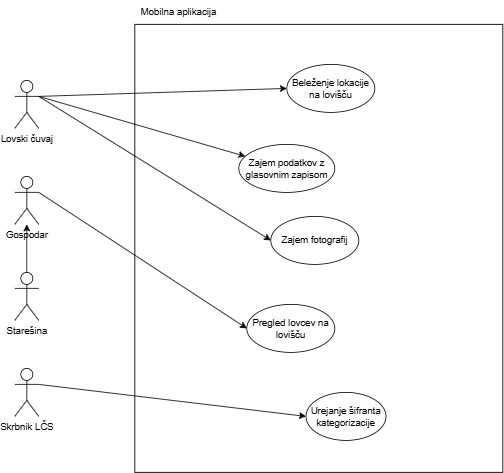
This is Lovski čuvaj-Mobilna aplikacija.drawio.png from ErnestISv/Lovstvo, a draw.io export, as it was before one commit. Source tidied: cells renumbered, new cells last; positions are measured from the earlier drawing's top-left corner, leaving out a move shared by most shapes. Its diagram source:
```xml
<mxGraphModel>
  <root>
    <mxCell id="0" />
    <mxCell id="1" parent="0" />
    <mxCell id="2" style="rounded=0;whiteSpace=wrap;html=1;" parent="1" vertex="1">
      <mxGeometry x="150" y="30" width="460" height="560" as="geometry" />
    </mxCell>
    <mxCell id="3" value="Lovski čuvaj" style="shape=umlActor;verticalLabelPosition=bottom;verticalAlign=top;html=1;outlineConnect=0;" parent="1" vertex="1">
      <mxGeometry y="100" width="30" height="60" as="geometry" />
    </mxCell>
    <mxCell id="4" value="Starešina" style="shape=umlActor;verticalLabelPosition=bottom;verticalAlign=top;html=1;outlineConnect=0;" parent="1" vertex="1">
      <mxGeometry y="340" width="30" height="60" as="geometry" />
    </mxCell>
    <mxCell id="5" value="Gospodar" style="shape=umlActor;verticalLabelPosition=bottom;verticalAlign=top;html=1;outlineConnect=0;" parent="1" vertex="1">
      <mxGeometry y="220" width="30" height="60" as="geometry" />
    </mxCell>
    <mxCell id="6" value="Skrbnik LČS" style="shape=umlActor;verticalLabelPosition=bottom;verticalAlign=top;html=1;outlineConnect=0;" parent="1" vertex="1">
      <mxGeometry y="460" width="30" height="60" as="geometry" />
    </mxCell>
    <mxCell id="7" value="Urejanje šifranta kategorizacije" style="ellipse;whiteSpace=wrap;html=1;" parent="1" vertex="1">
      <mxGeometry x="364" y="490" width="100" height="60" as="geometry" />
    </mxCell>
    <mxCell id="8" value="Zajem podatkov z glasovnim zapisom" style="ellipse;whiteSpace=wrap;html=1;" parent="1" vertex="1">
      <mxGeometry x="280" y="180" width="120" height="60" as="geometry" />
    </mxCell>
    <mxCell id="9" style="endArrow=classic;html=1;rounded=0;exitX=1;exitY=0.3333333333333333;exitDx=0;exitDy=0;exitPerimeter=0;" parent="1" edge="1" source="3" target="8">
      <mxGeometry relative="1" as="geometry" />
    </mxCell>
    <mxCell id="10" value="Zajem fotografij" style="ellipse;whiteSpace=wrap;html=1;" parent="1" vertex="1">
      <mxGeometry x="320" y="270" width="110" height="60" as="geometry" />
    </mxCell>
    <mxCell id="11" style="endArrow=classic;html=1;rounded=0;entryX=0;entryY=0.5;entryDx=0;entryDy=0;" parent="1" edge="1" target="10">
      <mxGeometry relative="1" as="geometry">
        <mxPoint x="30" y="120" as="sourcePoint" />
      </mxGeometry>
    </mxCell>
    <mxCell id="12" value="Mobilna aplikacija" style="text;html=1;align=center;verticalAlign=middle;whiteSpace=wrap;rounded=0;" parent="1" vertex="1">
      <mxGeometry x="150" width="110" height="30" as="geometry" />
    </mxCell>
    <mxCell id="13" style="endArrow=classic;html=1;rounded=0;exitX=1;exitY=0.3333333333333333;exitDx=0;exitDy=0;exitPerimeter=0;entryX=0;entryY=0.5;entryDx=0;entryDy=0;" parent="1" edge="1" source="6" target="7">
      <mxGeometry relative="1" as="geometry" />
    </mxCell>
    <mxCell id="14" value="Pregled lovcev na lovišču" style="ellipse;whiteSpace=wrap;html=1;" parent="1" vertex="1">
      <mxGeometry x="290" y="380" width="110" height="60" as="geometry" />
    </mxCell>
    <mxCell id="15" style="endArrow=classic;html=1;rounded=0;exitX=1;exitY=0.3333333333333333;exitDx=0;exitDy=0;exitPerimeter=0;entryX=0;entryY=0.5;entryDx=0;entryDy=0;" parent="1" edge="1" source="5" target="14">
      <mxGeometry relative="1" as="geometry" />
    </mxCell>
    <mxCell id="16" style="endArrow=classic;html=1;rounded=0;exitX=0.5;exitY=0;exitDx=0;exitDy=0;exitPerimeter=0;" parent="1" edge="1" source="4" target="5">
      <mxGeometry relative="1" as="geometry" />
    </mxCell>
    <mxCell id="17" value="Beleženje lokacije na lovišču" style="ellipse;whiteSpace=wrap;html=1;" parent="1" vertex="1">
      <mxGeometry x="340" y="80" width="110" height="60" as="geometry" />
    </mxCell>
    <mxCell id="18" style="endArrow=classic;html=1;rounded=0;entryX=0;entryY=0.5;entryDx=0;entryDy=0;" parent="1" edge="1" target="17">
      <mxGeometry relative="1" as="geometry">
        <mxPoint x="30" y="120" as="sourcePoint" />
      </mxGeometry>
    </mxCell>
  </root>
</mxGraphModel>
```
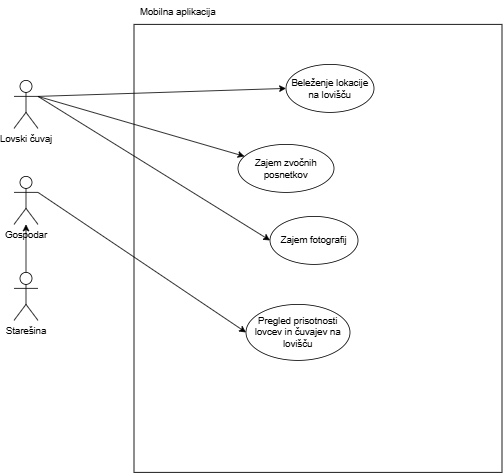
After the commit.

Diff of the diagram source:
```diff
@@ -2,9 +2,9 @@
   <root>
     <mxCell id="0" />
     <mxCell id="1" parent="0" />
-    <mxCell id="2" style="rounded=0;whiteSpace=wrap;html=1;" parent="1" vertex="1">
-      <mxGeometry x="150" y="30" width="460" height="560" as="geometry" />
-    </mxCell>
+    <mxCell id="19" style="rounded=0;whiteSpace=wrap;html=1;" parent="1" vertex="1">
+      <mxGeometry x="150" y="30" width="460" height="560" as="geometry" />
+    </mxCell>
     <mxCell id="3" value="Lovski čuvaj" style="shape=umlActor;verticalLabelPosition=bottom;verticalAlign=top;html=1;outlineConnect=0;" parent="1" vertex="1">
       <mxGeometry y="100" width="30" height="60" as="geometry" />
     </mxCell>
@@ -14,48 +14,39 @@
     <mxCell id="5" value="Gospodar" style="shape=umlActor;verticalLabelPosition=bottom;verticalAlign=top;html=1;outlineConnect=0;" parent="1" vertex="1">
       <mxGeometry y="220" width="30" height="60" as="geometry" />
     </mxCell>
-    <mxCell id="6" value="Skrbnik LČS" style="shape=umlActor;verticalLabelPosition=bottom;verticalAlign=top;html=1;outlineConnect=0;" parent="1" vertex="1">
-      <mxGeometry y="460" width="30" height="60" as="geometry" />
-    </mxCell>
-    <mxCell id="7" value="Urejanje šifranta kategorizacije" style="ellipse;whiteSpace=wrap;html=1;" parent="1" vertex="1">
-      <mxGeometry x="364" y="490" width="100" height="60" as="geometry" />
-    </mxCell>
-    <mxCell id="8" value="Zajem podatkov z glasovnim zapisom" style="ellipse;whiteSpace=wrap;html=1;" parent="1" vertex="1">
-      <mxGeometry x="280" y="180" width="120" height="60" as="geometry" />
-    </mxCell>
-    <mxCell id="9" style="endArrow=classic;html=1;rounded=0;exitX=1;exitY=0.3333333333333333;exitDx=0;exitDy=0;exitPerimeter=0;" parent="1" edge="1" source="3" target="8">
-      <mxGeometry relative="1" as="geometry" />
-    </mxCell>
+    <mxCell id="20" value="Zajem zvočnih posnetkov" style="ellipse;whiteSpace=wrap;html=1;" parent="1" vertex="1">
+      <mxGeometry x="280" y="180" width="120" height="60" as="geometry" />
+    </mxCell>
+    <mxCell id="21" style="endArrow=classic;html=1;rounded=0;exitX=1;exitY=0.3333333333333333;exitDx=0;exitDy=0;exitPerimeter=0;" parent="1" edge="1" source="3" target="20">
+      <mxGeometry relative="1" as="geometry" />
+    </mxCell>
     <mxCell id="10" value="Zajem fotografij" style="ellipse;whiteSpace=wrap;html=1;" parent="1" vertex="1">
       <mxGeometry x="320" y="270" width="110" height="60" as="geometry" />
     </mxCell>
-    <mxCell id="11" style="endArrow=classic;html=1;rounded=0;entryX=0;entryY=0.5;entryDx=0;entryDy=0;" parent="1" edge="1" target="10">
-      <mxGeometry relative="1" as="geometry">
-        <mxPoint x="30" y="120" as="sourcePoint" />
-      </mxGeometry>
-    </mxCell>
+    <mxCell id="22" style="endArrow=classic;html=1;rounded=0;entryX=0;entryY=0.5;entryDx=0;entryDy=0;" parent="1" edge="1" target="10">
+      <mxGeometry relative="1" as="geometry">
+        <mxPoint x="30" y="120" as="sourcePoint" />
+      </mxGeometry>
+    </mxCell>
     <mxCell id="12" value="Mobilna aplikacija" style="text;html=1;align=center;verticalAlign=middle;whiteSpace=wrap;rounded=0;" parent="1" vertex="1">
       <mxGeometry x="150" width="110" height="30" as="geometry" />
     </mxCell>
-    <mxCell id="13" style="endArrow=classic;html=1;rounded=0;exitX=1;exitY=0.3333333333333333;exitDx=0;exitDy=0;exitPerimeter=0;entryX=0;entryY=0.5;entryDx=0;entryDy=0;" parent="1" edge="1" source="6" target="7">
-      <mxGeometry relative="1" as="geometry" />
-    </mxCell>
-    <mxCell id="14" value="Pregled lovcev na lovišču" style="ellipse;whiteSpace=wrap;html=1;" parent="1" vertex="1">
-      <mxGeometry x="290" y="380" width="110" height="60" as="geometry" />
-    </mxCell>
-    <mxCell id="15" style="endArrow=classic;html=1;rounded=0;exitX=1;exitY=0.3333333333333333;exitDx=0;exitDy=0;exitPerimeter=0;entryX=0;entryY=0.5;entryDx=0;entryDy=0;" parent="1" edge="1" source="5" target="14">
-      <mxGeometry relative="1" as="geometry" />
-    </mxCell>
+    <mxCell id="23" value="Pregled prisotnosti lovcev in čuvajev na lovišču" style="ellipse;whiteSpace=wrap;html=1;" parent="1" vertex="1">
+      <mxGeometry x="290" y="380" width="130" height="70" as="geometry" />
+    </mxCell>
+    <mxCell id="24" style="endArrow=classic;html=1;rounded=0;exitX=1;exitY=0.3333333333333333;exitDx=0;exitDy=0;exitPerimeter=0;entryX=0;entryY=0.5;entryDx=0;entryDy=0;" parent="1" edge="1" source="5" target="23">
+      <mxGeometry relative="1" as="geometry" />
+    </mxCell>
     <mxCell id="16" style="endArrow=classic;html=1;rounded=0;exitX=0.5;exitY=0;exitDx=0;exitDy=0;exitPerimeter=0;" parent="1" edge="1" source="4" target="5">
       <mxGeometry relative="1" as="geometry" />
     </mxCell>
     <mxCell id="17" value="Beleženje lokacije na lovišču" style="ellipse;whiteSpace=wrap;html=1;" parent="1" vertex="1">
       <mxGeometry x="340" y="80" width="110" height="60" as="geometry" />
     </mxCell>
-    <mxCell id="18" style="endArrow=classic;html=1;rounded=0;entryX=0;entryY=0.5;entryDx=0;entryDy=0;" parent="1" edge="1" target="17">
-      <mxGeometry relative="1" as="geometry">
-        <mxPoint x="30" y="120" as="sourcePoint" />
-      </mxGeometry>
-    </mxCell>
+    <mxCell id="25" style="endArrow=classic;html=1;rounded=0;entryX=0;entryY=0.5;entryDx=0;entryDy=0;" parent="1" edge="1" target="17">
+      <mxGeometry relative="1" as="geometry">
+        <mxPoint x="30" y="120" as="sourcePoint" />
+      </mxGeometry>
+    </mxCell>
   </root>
 </mxGraphModel>
```
